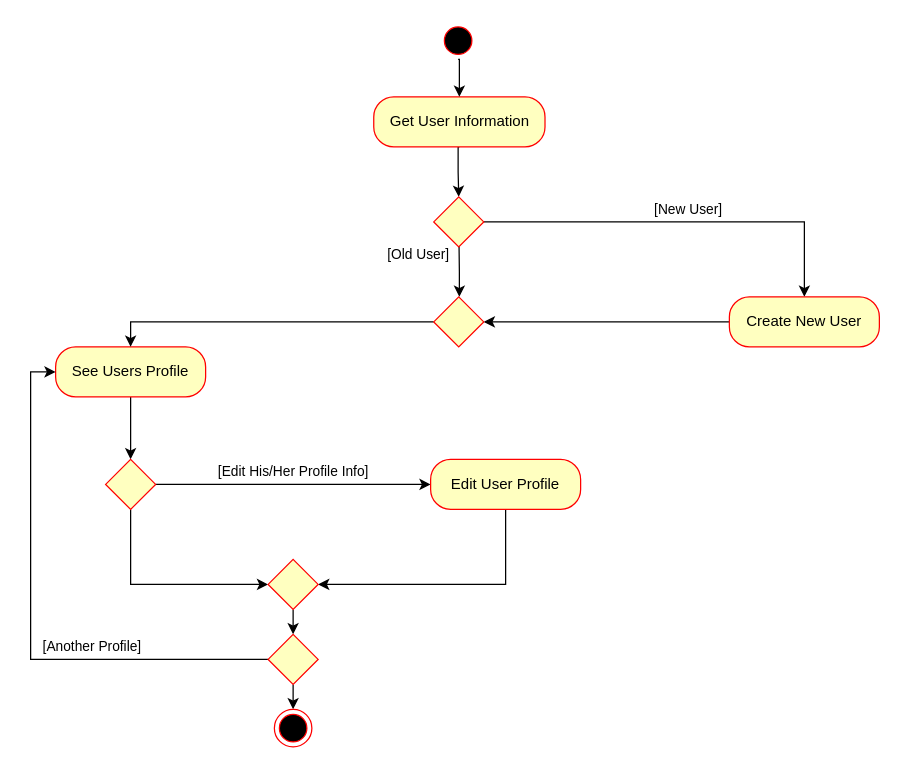
This is General Analyze and Design/See and Edit Profile Activity Diagram.drawio from amirabbas8/ScrumOfficer, a draw.io file, before an edit. Source tidied: cells renumbered, new cells numbered last; positions are measured from the earlier drawing's top-left corner, leaving out a move shared by most shapes. Both pictures are drawn from the tidied source at 125%, with x=0, y=0 at pixel (55, 21).
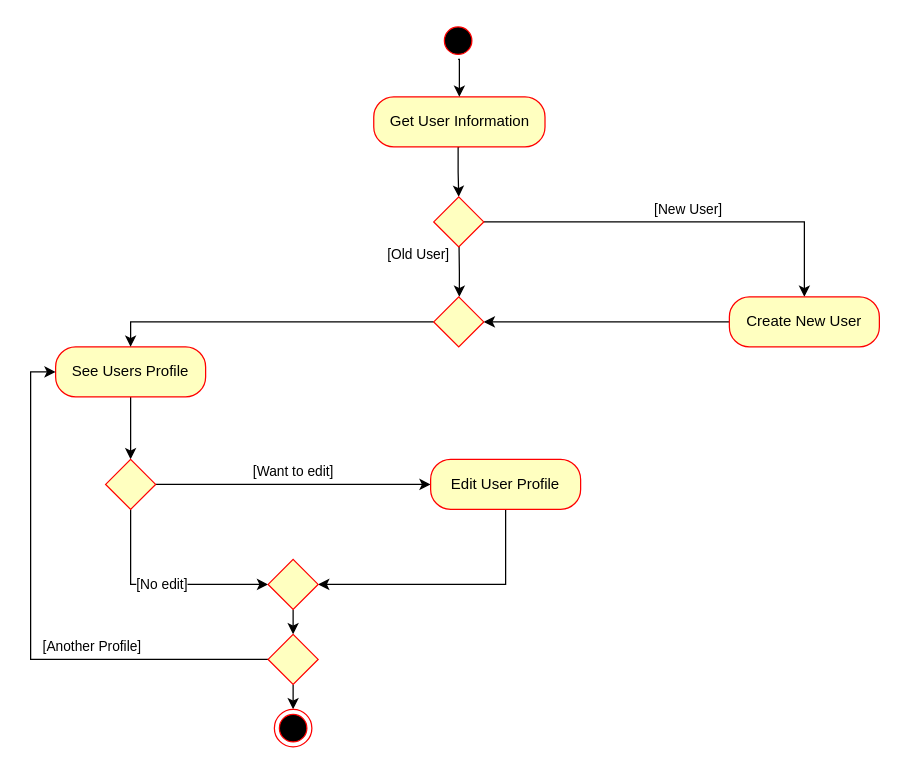
The same page after the edit.

Commit message:
Update See and Edit Profile Activity Diagram #5

The change refers to these unchanged cells:
```xml
<mxCell id="15" style="shape=rhombus;html=1;verticalLabelPosition=bottom;verticalAlignment=top;fillColor=#FFFfC0;strokeColor=#FF0000;" parent="1" vertex="1">
  <mxGeometry x="40" y="350" width="40" height="40" as="geometry" />
</mxCell>
<mxCell id="17" value="Edit User Profile" style="rounded=1;whiteSpace=wrap;html=1;arcSize=40;fontColor=#000000;fillColor=#ffffc0;strokeColor=#ff0000;" parent="1" vertex="1">
  <mxGeometry x="300" y="350" width="120" height="40" as="geometry" />
</mxCell>
<mxCell id="21" style="shape=rhombus;html=1;verticalLabelPosition=top;verticalAlignment=bottom;fillColor=#FFFFC0;strokeColor=#FF0000;" parent="1" vertex="1">
  <mxGeometry x="170" y="430" width="40" height="40" as="geometry" />
</mxCell>
```

The edit, as a diff of the source:
```diff
@@
-    <mxCell id="13" value="[Edit His/Her Profile Info]" style="edgeStyle=orthogonalEdgeStyle;rounded=0;jettySize=auto;html=1;exitX=1;exitY=0.5;exitDx=0;exitDy=0;" parent="1" edge="1" source="15" target="17">
+    <mxCell id="13" value="[Want to edit]" style="edgeStyle=orthogonalEdgeStyle;rounded=0;jettySize=auto;html=1;exitX=1;exitY=0.5;exitDx=0;exitDy=0;" parent="1" edge="1" source="15" target="17">
       <mxGeometry y="10" relative="1" as="geometry" />
     </mxCell>
-    <mxCell id="14" style="edgeStyle=orthogonalEdgeStyle;rounded=0;jettySize=auto;html=1;entryX=0;entryY=0.5;entryDx=0;entryDy=0;" parent="1" edge="1" source="15" target="21">
+    <mxCell id="14" value="[No edit]" style="edgeStyle=orthogonalEdgeStyle;rounded=0;jettySize=auto;html=1;entryX=0;entryY=0.5;entryDx=0;entryDy=0;" parent="1" edge="1" source="15" target="21">
       <mxGeometry relative="1" as="geometry">
         <Array as="points">
           <mxPoint x="60" y="450" />
         </Array>
       </mxGeometry>
     </mxCell>
```
